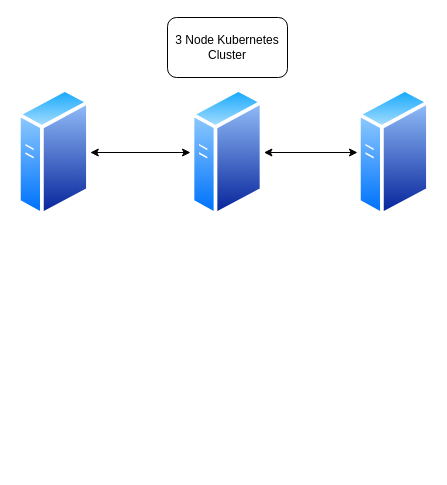
The draw.io diagram 3 Node Kubernetes CLuster.drawio in ShubhamTatvamasi/magma-draw-io, before the edit. Source tidied: cells renumbered, new cells numbered last; positions are measured from the earlier drawing's top-left corner, leaving out a move shared by most shapes. Both pictures are drawn from the tidied source at 100%, with x=0, y=0 at pixel (17, 17).
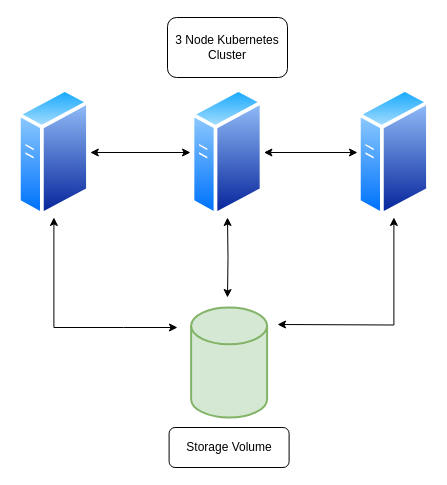
After the change.

What changed in the source:
```diff
@@
 <mxGraphModel>
   <root>
     <mxCell id="0" />
     <mxCell id="1" parent="0" />
     <mxCell id="2" style="perimeter=ellipsePerimeter;html=1;align=center;shadow=0;dashed=0;spacingTop=3;image;image=img/lib/active_directory/generic_server.svg;" parent="1" vertex="1">
       <mxGeometry y="70" width="72.8" height="130" as="geometry" />
     </mxCell>
     <mxCell id="3" style="perimeter=ellipsePerimeter;html=1;align=center;shadow=0;dashed=0;spacingTop=3;image;image=img/lib/active_directory/generic_server.svg;" parent="1" vertex="1">
       <mxGeometry x="173.6" y="70" width="72.8" height="130" as="geometry" />
     </mxCell>
     <mxCell id="4" style="perimeter=ellipsePerimeter;html=1;align=center;shadow=0;dashed=0;spacingTop=3;image;image=img/lib/active_directory/generic_server.svg;" parent="1" vertex="1">
       <mxGeometry x="340" y="70" width="72.8" height="130" as="geometry" />
     </mxCell>
     <mxCell id="5" value="3 Node Kubernetes Cluster" style="rounded=1;whiteSpace=wrap;html=1;" parent="1" vertex="1">
       <mxGeometry x="150" width="120" height="60" as="geometry" />
     </mxCell>
     <mxCell id="6" style="endArrow=classic;startArrow=classic;html=1;" parent="1" edge="1" source="2">
       <mxGeometry relative="1" as="geometry">
         <mxPoint x="173" y="135" as="targetPoint" />
       </mxGeometry>
     </mxCell>
     <mxCell id="7" style="endArrow=classic;startArrow=classic;html=1;entryX=0;entryY=0.5;entryDx=0;entryDy=0;" parent="1" edge="1" source="3" target="4">
       <mxGeometry relative="1" as="geometry" />
     </mxCell>
+    <mxCell id="8" style="strokeWidth=2;html=1;shape=mxgraph.flowchart.database;whiteSpace=wrap;fillColor=#d5e8d4;strokeColor=#82b366;" parent="1" vertex="1">
+      <mxGeometry x="173.6" y="290" width="76" height="110" as="geometry" />
+    </mxCell>
+    <mxCell id="9" value="Storage Volume" style="rounded=1;whiteSpace=wrap;html=1;" parent="1" vertex="1">
+      <mxGeometry x="151.6" y="410" width="120" height="40" as="geometry" />
+    </mxCell>
+    <mxCell id="10" style="endArrow=classic;startArrow=classic;html=1;rounded=0;edgeStyle=orthogonalEdgeStyle;entryX=0.5;entryY=1;entryDx=0;entryDy=0;" parent="1" edge="1" target="3">
+      <mxGeometry relative="1" as="geometry">
+        <mxPoint x="210" y="280" as="sourcePoint" />
+      </mxGeometry>
+    </mxCell>
+    <mxCell id="11" style="endArrow=classic;startArrow=classic;html=1;rounded=0;edgeStyle=orthogonalEdgeStyle;entryX=0.5;entryY=1;entryDx=0;entryDy=0;" parent="1" edge="1" target="4">
+      <mxGeometry relative="1" as="geometry">
+        <mxPoint x="260" y="307" as="sourcePoint" />
+      </mxGeometry>
+    </mxCell>
+    <mxCell id="12" style="endArrow=classic;startArrow=classic;html=1;rounded=0;edgeStyle=orthogonalEdgeStyle;exitX=0.5;exitY=1;exitDx=0;exitDy=0;" parent="1" edge="1" source="2">
+      <mxGeometry relative="1" as="geometry">
+        <mxPoint x="160" y="310" as="targetPoint" />
+        <Array as="points">
+          <mxPoint x="36" y="310" />
+          <mxPoint x="106" y="310" />
+        </Array>
+      </mxGeometry>
+    </mxCell>
   </root>
 </mxGraphModel>
```
